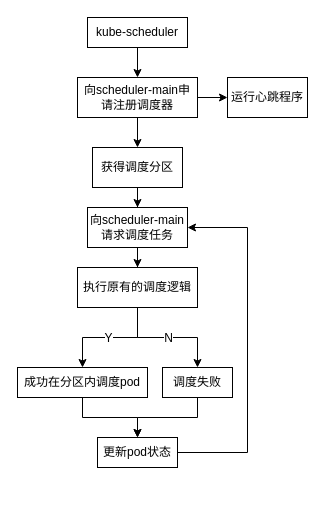
The draw.io diagram page "Page-4" (4 of 4) of 毕业设计/分布式调度架构.drawio in AgentGuo/flow_chart, before the edit. Source tidied: cells renumbered, new cells numbered last; positions are measured from the earlier drawing's top-left corner, leaving out a move shared by most shapes. Both pictures are drawn from the tidied source at 100%, with x=0, y=0 at pixel (17, 17).
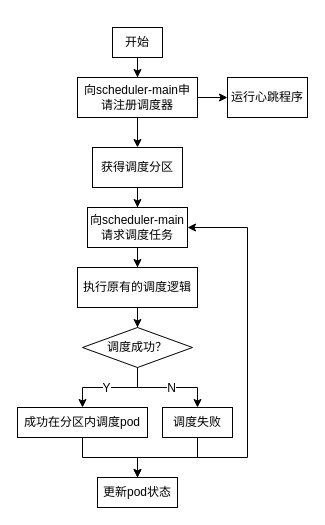
The same diagram, later.

The change refers to these unchanged cells:
```xml
<mxCell id="16" value="执行原有的调度逻辑" style="whiteSpace=wrap;html=1;rounded=0;" parent="1" vertex="1">
  <mxGeometry x="60" y="250" width="120" height="40" as="geometry" />
</mxCell>
```

The edit, as a diff of the source:
```diff
@@
-    <mxCell id="3" value="kube-scheduler" style="rounded=0;whiteSpace=wrap;html=1;fontSize=12;" parent="1" vertex="1">
-      <mxGeometry x="70" width="100" height="30" as="geometry" />
+    <mxCell id="3" value="开始" style="rounded=0;whiteSpace=wrap;html=1;fontSize=12;" parent="1" vertex="1">
+      <mxGeometry x="95" y="10" width="50" height="30" as="geometry" />
     </mxCell>
@@
-    <mxCell id="12" style="edgeStyle=orthogonalEdgeStyle;rounded=0;jettySize=auto;html=1;fontSize=12;" parent="1" edge="1" source="16" target="18">
+    <mxCell id="12" style="edgeStyle=orthogonalEdgeStyle;rounded=0;jettySize=auto;html=1;fontSize=12;exitX=0.5;exitY=1;exitDx=0;exitDy=0;" parent="1" edge="1" source="24" target="18">
       <mxGeometry relative="1" as="geometry" />
     </mxCell>
@@
-    <mxCell id="14" style="edgeStyle=orthogonalEdgeStyle;rounded=0;jettySize=auto;html=1;fontSize=12;" parent="1" edge="1" source="16" target="20">
+    <mxCell id="14" style="edgeStyle=orthogonalEdgeStyle;rounded=0;jettySize=auto;html=1;fontSize=12;exitX=0.5;exitY=1;exitDx=0;exitDy=0;" parent="1" edge="1" source="24" target="20">
       <mxGeometry relative="1" as="geometry" />
     </mxCell>
@@
+    <mxCell id="23" style="edgeStyle=orthogonalEdgeStyle;rounded=0;jettySize=auto;html=1;" parent="1" edge="1" source="16" target="24">
+      <mxGeometry relative="1" as="geometry" />
+    </mxCell>
@@
     <mxCell id="17" style="edgeStyle=orthogonalEdgeStyle;rounded=0;jettySize=auto;html=1;fontSize=12;" parent="1" edge="1" source="18" target="22">
-      <mxGeometry relative="1" as="geometry" />
+      <mxGeometry relative="1" as="geometry">
+        <Array as="points">
+          <mxPoint x="65" y="440" />
+          <mxPoint x="120" y="440" />
+        </Array>
+      </mxGeometry>
     </mxCell>
     <mxCell id="18" value="成功在分区内调度pod" style="whiteSpace=wrap;html=1;rounded=0;" parent="1" vertex="1">
-      <mxGeometry y="350" width="130" height="30" as="geometry" />
+      <mxGeometry y="390" width="130" height="30" as="geometry" />
     </mxCell>
@@
     <mxCell id="20" value="调度失败" style="whiteSpace=wrap;html=1;rounded=0;" parent="1" vertex="1">
-      <mxGeometry x="145" y="350" width="70" height="30" as="geometry" />
+      <mxGeometry x="145" y="390" width="70" height="30" as="geometry" />
     </mxCell>
     <mxCell id="21" style="edgeStyle=orthogonalEdgeStyle;rounded=0;jettySize=auto;html=1;fontSize=12;" parent="1" edge="1" source="22">
       <mxGeometry relative="1" as="geometry">
         <mxPoint x="170" y="210" as="targetPoint" />
         <Array as="points">
-          <mxPoint x="230" y="435" />
+          <mxPoint x="120" y="440" />
+          <mxPoint x="230" y="440" />
           <mxPoint x="230" y="210" />
         </Array>
       </mxGeometry>
     </mxCell>
     <mxCell id="22" value="更新pod状态" style="whiteSpace=wrap;html=1;rounded=0;" parent="1" vertex="1">
-      <mxGeometry x="80" y="420" width="80" height="30" as="geometry" />
+      <mxGeometry x="80" y="460" width="80" height="30" as="geometry" />
     </mxCell>
+    <mxCell id="24" value="调度成功？" style="rhombus;whiteSpace=wrap;html=1;" parent="1" vertex="1">
+      <mxGeometry x="65" y="310" width="110" height="40" as="geometry" />
+    </mxCell>
```
